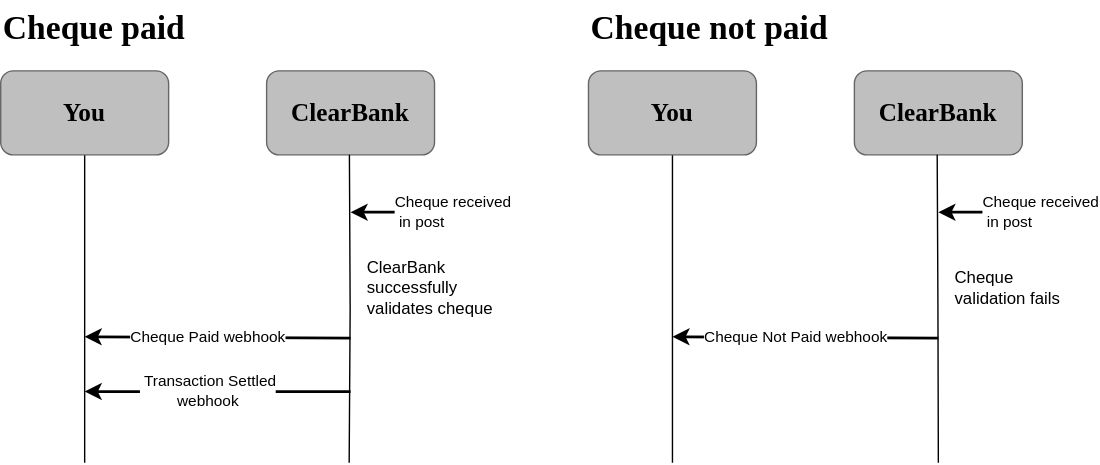
Above: static/assets/images/cheque_post.svg in clearbank/clearbank.github.io (draw.io), before the change. Source tidied: cells renumbered, new cells last; positions are measured from the earlier drawing's top-left corner, leaving out a move shared by most shapes.
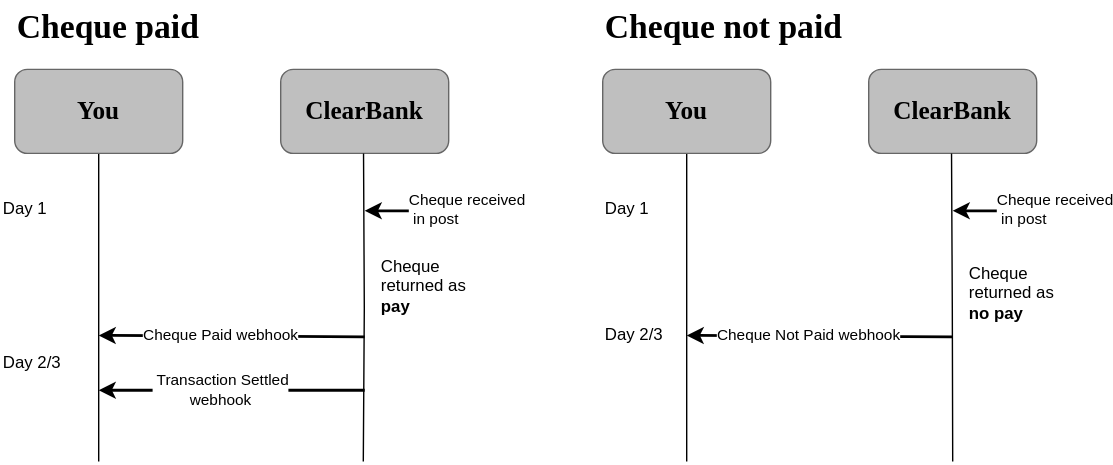
Above is the later version.

What changed in the source:
```diff
@@ -34,9 +34,6 @@
     <mxCell id="8" value="&amp;nbsp;Transaction Settled&lt;br style=&quot;font-size: 11px;&quot;&gt;&amp;nbsp;webhook&amp;nbsp;" style="edgeLabel;html=1;align=center;verticalAlign=middle;fontSize=11;" parent="7" vertex="1">
       <mxGeometry x="0.09" y="-1" relative="1" as="geometry" />
     </mxCell>
-    <mxCell id="9" value="ClearBank successfully validates cheque" style="text;html=1;strokeColor=none;fillColor=none;align=left;verticalAlign=middle;whiteSpace=wrap;rounded=0;fontSize=12;" parent="1" vertex="1">
-      <mxGeometry x="260" y="170" width="110" height="70" as="geometry" />
-    </mxCell>
     <mxCell id="10" style="edgeStyle=orthogonalEdgeStyle;rounded=0;orthogonalLoop=1;jettySize=auto;html=1;endArrow=none;endFill=0;" parent="1" edge="1">
       <mxGeometry relative="1" as="geometry">
         <mxPoint x="249.2" y="110" as="sourcePoint" />
@@ -63,9 +60,6 @@
     <mxCell id="15" value="Cheque Not Paid webhook" style="edgeLabel;html=1;align=center;verticalAlign=middle;fontSize=11;" parent="14" vertex="1">
       <mxGeometry x="0.09" y="-1" relative="1" as="geometry" />
     </mxCell>
-    <mxCell id="16" value="Cheque validation fails" style="text;html=1;strokeColor=none;fillColor=none;align=left;verticalAlign=middle;whiteSpace=wrap;rounded=0;fontSize=12;" parent="1" vertex="1">
-      <mxGeometry x="680" y="170" width="80" height="70" as="geometry" />
-    </mxCell>
     <mxCell id="17" style="edgeStyle=orthogonalEdgeStyle;rounded=0;orthogonalLoop=1;jettySize=auto;html=1;endArrow=none;endFill=0;" parent="1" edge="1">
       <mxGeometry relative="1" as="geometry">
         <mxPoint x="669.2" y="110" as="sourcePoint" />
@@ -97,5 +91,23 @@
     <mxCell id="23" value="Cheque not paid" style="text;strokeColor=none;fillColor=none;html=1;fontSize=24;fontStyle=1;verticalAlign=middle;align=left;fontFamily=Clear Sans Display;" parent="1" vertex="1">
       <mxGeometry x="420" width="100" height="40" as="geometry" />
     </mxCell>
+    <mxCell id="24" value="Day 1" style="text;html=1;strokeColor=none;fillColor=none;align=left;verticalAlign=middle;whiteSpace=wrap;rounded=0;" parent="1" vertex="1">
+      <mxGeometry x="-10" y="130" width="55" height="40" as="geometry" />
+    </mxCell>
+    <mxCell id="25" value="Day 2/3" style="text;html=1;strokeColor=none;fillColor=none;align=left;verticalAlign=middle;whiteSpace=wrap;rounded=0;" parent="1" vertex="1">
+      <mxGeometry x="-10" y="240" width="55" height="40" as="geometry" />
+    </mxCell>
+    <mxCell id="26" value="Day 1" style="text;html=1;strokeColor=none;fillColor=none;align=left;verticalAlign=middle;whiteSpace=wrap;rounded=0;" parent="1" vertex="1">
+      <mxGeometry x="420" y="130" width="55" height="40" as="geometry" />
+    </mxCell>
+    <mxCell id="27" value="Day 2/3" style="text;html=1;strokeColor=none;fillColor=none;align=left;verticalAlign=middle;whiteSpace=wrap;rounded=0;" parent="1" vertex="1">
+      <mxGeometry x="420" y="220" width="55" height="40" as="geometry" />
+    </mxCell>
+    <mxCell id="28" value="Cheque returned as &lt;b&gt;pay&lt;/b&gt;" style="text;html=1;strokeColor=none;fillColor=none;align=left;verticalAlign=middle;whiteSpace=wrap;rounded=0;" parent="1" vertex="1">
+      <mxGeometry x="260" y="170" width="80" height="70" as="geometry" />
+    </mxCell>
+    <mxCell id="29" value="Cheque returned as &lt;b&gt;no pay&lt;/b&gt;" style="text;html=1;strokeColor=none;fillColor=none;align=left;verticalAlign=middle;whiteSpace=wrap;rounded=0;" parent="1" vertex="1">
+      <mxGeometry x="680" y="180" width="70" height="60" as="geometry" />
+    </mxCell>
   </root>
 </mxGraphModel>
```
